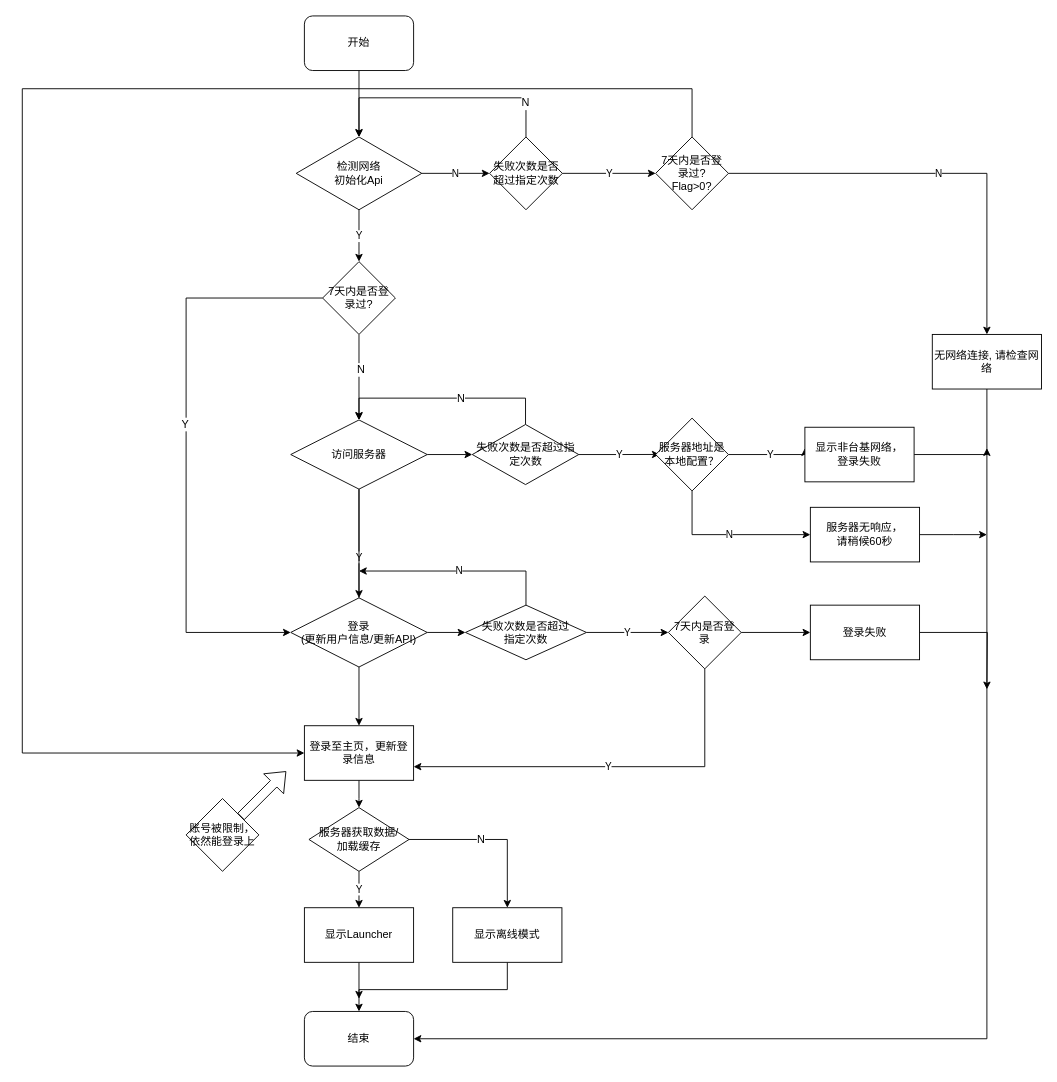
honghonglhh2018/ThinkingFlowChart keeps this draw.io diagram as XMediaTv_New_Login.drawio. Above is the earlier version. Source tidied: cells renumbered, new cells numbered last; positions are measured from the earlier drawing's top-left corner, leaving out a move shared by most shapes. Both pictures are drawn from the tidied source at 91%, with x=0, y=0 at pixel (22, 15).
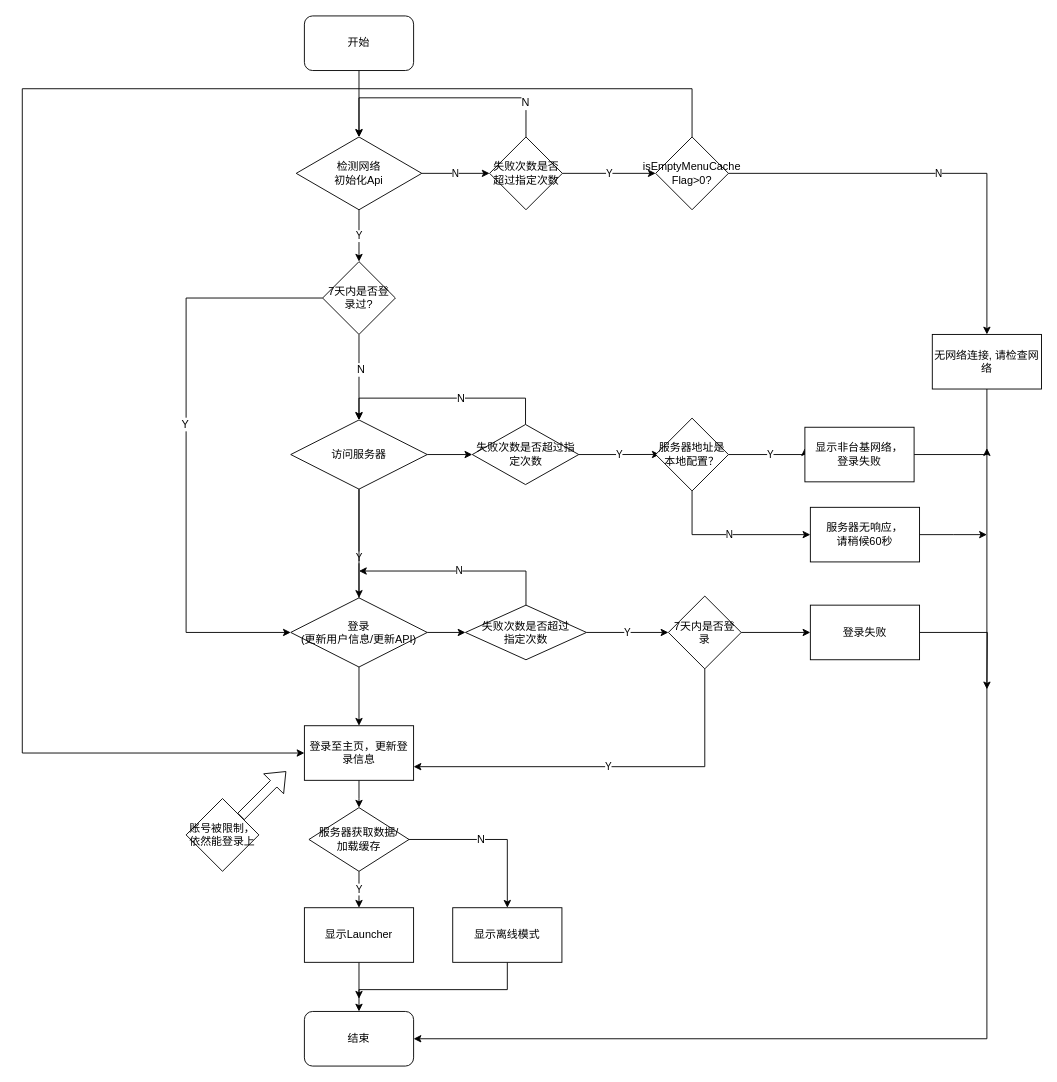
After the change.

The edit, as a diff of the source:
```diff
@@
-    <mxCell id="54" value="&lt;span style=&quot;white-space: normal&quot;&gt;7天内是否登录过?&lt;br&gt;Flag&amp;gt;0?&lt;br&gt;&lt;/span&gt;" style="rhombus;whiteSpace=wrap;html=1;" parent="1" vertex="1">
+    <mxCell id="54" value="isEmptyMenuCache&lt;br&gt;Flag&amp;gt;0?" style="rhombus;whiteSpace=wrap;html=1;" parent="1" vertex="1">
       <mxGeometry x="696" y="133" width="80" height="80" as="geometry" />
     </mxCell>
```
